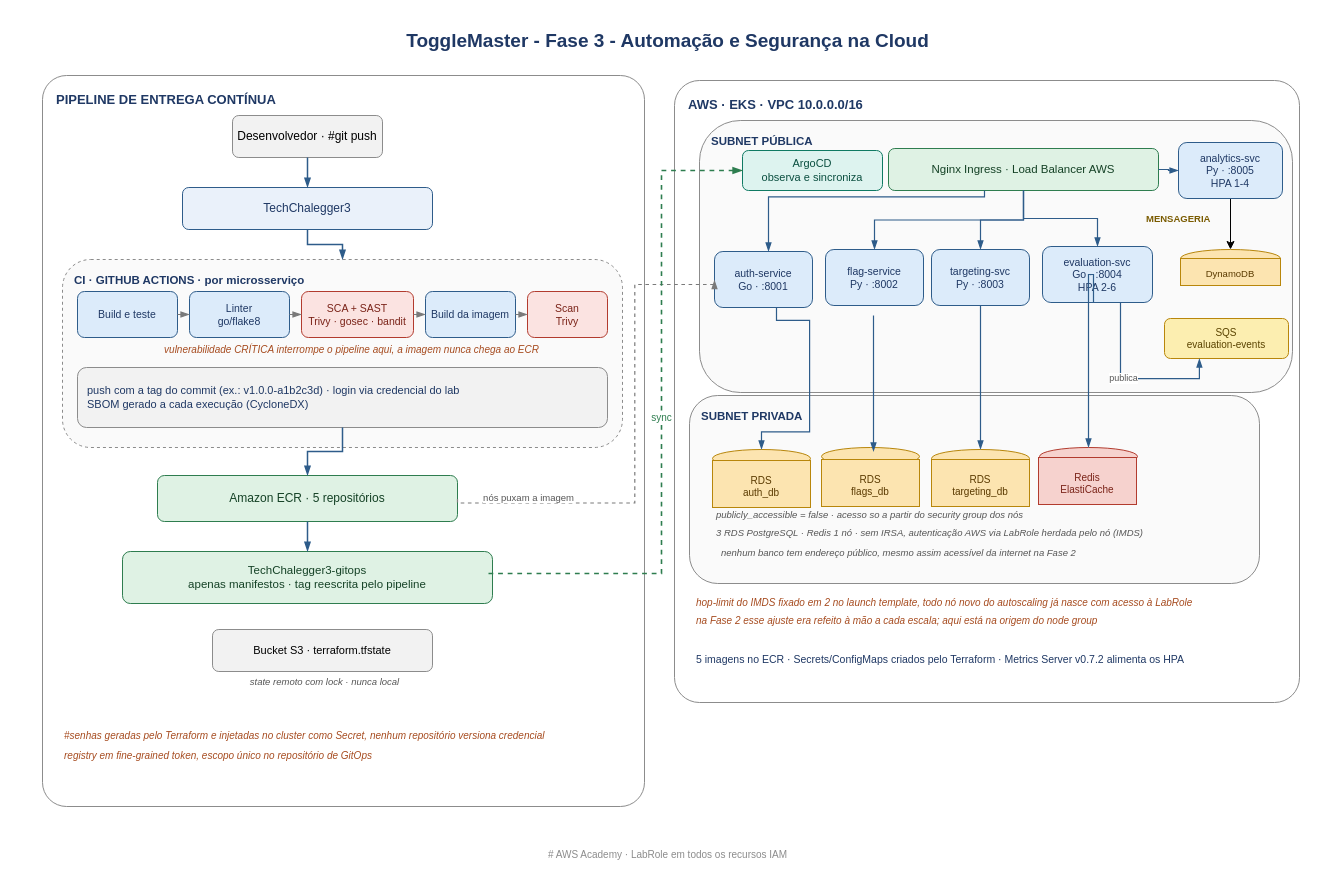
This is docs/arquitetura-fase3.drawio from JRRibeeiro/TechChalegger3, a draw.io file, before an edit. Source tidied: cells renumbered, new cells numbered last; positions are measured from the earlier drawing's top-left corner, leaving out a move shared by most shapes. Both pictures are drawn from the tidied source at 100%, with x=0, y=0 at pixel (42, 25).
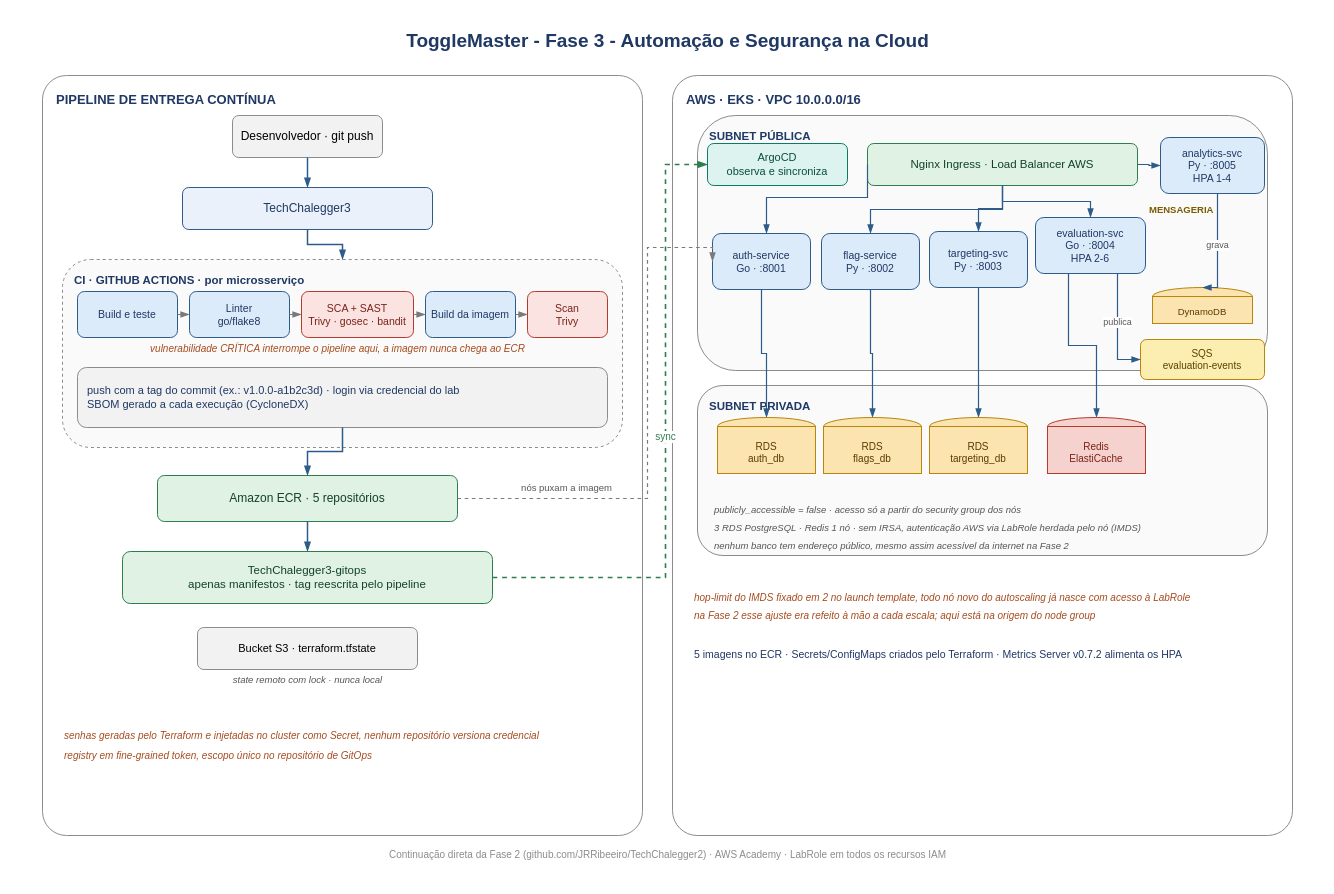
After the change.

Unchanged cells that the change refers to:
```xml
<mxCell id="14" value="Amazon ECR · 5 repositórios" style="rounded=1;whiteSpace=wrap;html=1;fillColor=#DFF2E4;strokeColor=#2E7D4F;fontColor=#154226;fontSize=12;" parent="1" vertex="1">
  <mxGeometry x="115" y="450" width="300" height="46" as="geometry" />
</mxCell>
<mxCell id="15" value="TechChalegger3-gitops&#10;apenas manifestos · tag reescrita pelo pipeline" style="rounded=1;whiteSpace=wrap;html=1;fillColor=#DFF2E4;strokeColor=#2E7D4F;fontColor=#154226;fontSize=11.5;" parent="1" vertex="1">
  <mxGeometry x="80" y="526" width="370" height="52" as="geometry" />
</mxCell>
```

Change to the diagram source:
```diff
@@
+    <mxCell id="70" style="rounded=0;whiteSpace=wrap;html=1;fillColor=#FFFFFF;strokeColor=none;" parent="1" vertex="1">
+      <mxGeometry x="-25" y="-8" width="1300" height="860" as="geometry" />
+    </mxCell>
@@
     <mxCell id="3" value="PIPELINE DE ENTREGA CONTÍNUA" style="rounded=1;arcSize=4;whiteSpace=wrap;html=1;verticalAlign=top;align=left;spacingLeft=12;spacingTop=10;fillColor=none;strokeColor=#8C8C8C;fontSize=13;fontStyle=1;fontColor=#1F3864;" parent="1" vertex="1">
-      <mxGeometry y="50" width="602" height="731" as="geometry" />
+      <mxGeometry y="50" width="600" height="760" as="geometry" />
     </mxCell>
-    <mxCell id="4" value="Desenvolvedor · #git push" style="rounded=1;whiteSpace=wrap;html=1;fillColor=#F2F2F2;strokeColor=#8C8C8C;fontSize=12;" parent="1" vertex="1">
+    <mxCell id="4" value="Desenvolvedor · git push" style="rounded=1;whiteSpace=wrap;html=1;fillColor=#F2F2F2;strokeColor=#8C8C8C;fontSize=12;" parent="1" vertex="1">
       <mxGeometry x="190" y="90" width="150" height="42" as="geometry" />
     </mxCell>
@@
     <mxCell id="12" value="vulnerabilidade CRÍTICA interrompe o pipeline aqui, a imagem nunca chega ao ECR" style="text;html=1;align=center;verticalAlign=middle;fontSize=10;fontStyle=2;fontColor=#A64B1F;" parent="1" vertex="1">
-      <mxGeometry x="49" y="315" width="520" height="18" as="geometry" />
+      <mxGeometry x="35" y="314" width="520" height="18" as="geometry" />
     </mxCell>
@@
     <mxCell id="16" value="Bucket S3 · terraform.tfstate" style="rounded=1;whiteSpace=wrap;html=1;fillColor=#F2F2F2;strokeColor=#8C8C8C;fontSize=11;" parent="1" vertex="1">
-      <mxGeometry x="170" y="604" width="220" height="42" as="geometry" />
+      <mxGeometry x="155" y="602" width="220" height="42" as="geometry" />
     </mxCell>
     <mxCell id="17" value="state remoto com lock · nunca local" style="text;html=1;align=center;verticalAlign=middle;fontSize=9.5;fontStyle=2;fontColor=#555555;" parent="1" vertex="1">
-      <mxGeometry x="172" y="648" width="220" height="16" as="geometry" />
+      <mxGeometry x="155" y="646" width="220" height="16" as="geometry" />
     </mxCell>
-    <mxCell id="18" value="#senhas geradas pelo Terraform e injetadas no cluster como Secret, nenhum repositório versiona credencial" style="text;html=1;align=left;verticalAlign=middle;fontSize=10;fontStyle=2;fontColor=#A64B1F;" parent="1" vertex="1">
+    <mxCell id="18" value="senhas geradas pelo Terraform e injetadas no cluster como Secret, nenhum repositório versiona credencial" style="text;html=1;align=left;verticalAlign=middle;fontSize=10;fontStyle=2;fontColor=#A64B1F;" parent="1" vertex="1">
       <mxGeometry x="20" y="702" width="570" height="16" as="geometry" />
     </mxCell>
@@
     <mxCell id="20" value="AWS · EKS · VPC 10.0.0.0/16" style="rounded=1;arcSize=4;whiteSpace=wrap;html=1;verticalAlign=top;align=left;spacingLeft=12;spacingTop=10;fillColor=none;strokeColor=#8C8C8C;fontSize=13;fontStyle=1;fontColor=#1F3864;" parent="1" vertex="1">
-      <mxGeometry x="632" y="55" width="625" height="622" as="geometry" />
+      <mxGeometry x="630" y="50" width="620" height="760" as="geometry" />
     </mxCell>
     <mxCell id="21" value="SUBNET PÚBLICA" style="rounded=1;whiteSpace=wrap;html=1;verticalAlign=top;align=left;spacingLeft=10;spacingTop=8;fillColor=#FAFAFA;strokeColor=#8C8C8C;fontSize=11.5;fontStyle=1;fontColor=#1F3864;" parent="1" vertex="1">
-      <mxGeometry x="657" y="95" width="593" height="272" as="geometry" />
+      <mxGeometry x="655" y="90" width="570" height="255" as="geometry" />
     </mxCell>
     <mxCell id="22" value="ArgoCD&#10;observa e sincroniza" style="rounded=1;whiteSpace=wrap;html=1;fillColor=#DDF3EF;strokeColor=#0F7A63;fontColor=#0B4F40;fontSize=11;" parent="1" vertex="1">
-      <mxGeometry x="700" y="125" width="140" height="40" as="geometry" />
+      <mxGeometry x="665" y="118" width="140" height="42" as="geometry" />
     </mxCell>
     <mxCell id="23" value="Nginx Ingress · Load Balancer AWS" style="rounded=1;whiteSpace=wrap;html=1;fillColor=#DFF2E4;strokeColor=#2E7D4F;fontColor=#154226;fontSize=11.5;" parent="1" vertex="1">
-      <mxGeometry x="846" y="123" width="270" height="42" as="geometry" />
+      <mxGeometry x="825" y="118" width="270" height="42" as="geometry" />
     </mxCell>
     <mxCell id="24" value="auth-service&#10;Go · :8001" style="rounded=1;whiteSpace=wrap;html=1;fillColor=#DCEBFA;strokeColor=#2E5C8A;fontColor=#1F3864;fontSize=10.5;" parent="1" vertex="1">
-      <mxGeometry x="672" y="226" width="98" height="56" as="geometry" />
+      <mxGeometry x="670" y="208" width="98" height="56" as="geometry" />
     </mxCell>
     <mxCell id="25" value="flag-service&#10;Py · :8002" style="rounded=1;whiteSpace=wrap;html=1;fillColor=#DCEBFA;strokeColor=#2E5C8A;fontColor=#1F3864;fontSize=10.5;" parent="1" vertex="1">
-      <mxGeometry x="783" y="224" width="98" height="56" as="geometry" />
+      <mxGeometry x="779" y="208" width="98" height="56" as="geometry" />
     </mxCell>
     <mxCell id="26" value="targeting-svc&#10;Py · :8003" style="rounded=1;whiteSpace=wrap;html=1;fillColor=#DCEBFA;strokeColor=#2E5C8A;fontColor=#1F3864;fontSize=10.5;" parent="1" vertex="1">
-      <mxGeometry x="889" y="224" width="98" height="56" as="geometry" />
+      <mxGeometry x="887" y="206" width="98" height="56" as="geometry" />
     </mxCell>
     <mxCell id="27" value="evaluation-svc&#10;Go · :8004&#10;HPA 2-6" style="rounded=1;whiteSpace=wrap;html=1;fillColor=#DCEBFA;strokeColor=#2E5C8A;fontColor=#1F3864;fontSize=10.5;" parent="1" vertex="1">
-      <mxGeometry x="1000" y="221" width="110" height="56" as="geometry" />
+      <mxGeometry x="993" y="192" width="110" height="56" as="geometry" />
     </mxCell>
-    <mxCell id="28" style="edgeStyle=orthogonalEdgeStyle;rounded=0;jettySize=auto;html=1;exitX=0.5;exitY=1;exitDx=0;exitDy=0;entryX=0.5;entryY=0;entryDx=0;entryDy=0;" parent="1" edge="1" source="29" target="31">
-      <mxGeometry relative="1" as="geometry" />
-    </mxCell>
     <mxCell id="29" value="analytics-svc&#10;Py · :8005&#10;HPA 1-4" style="rounded=1;whiteSpace=wrap;html=1;fillColor=#DCEBFA;strokeColor=#2E5C8A;fontColor=#1F3864;fontSize=10.5;" parent="1" vertex="1">
-      <mxGeometry x="1136" y="117" width="104" height="56" as="geometry" />
+      <mxGeometry x="1118" y="112" width="104" height="56" as="geometry" />
     </mxCell>
     <mxCell id="30" value="MENSAGERIA" style="text;html=1;align=left;verticalAlign=middle;fontSize=9.5;fontStyle=1;fontColor=#7A5B00;" parent="1" vertex="1">
-      <mxGeometry x="1102" y="185" width="110" height="16" as="geometry" />
+      <mxGeometry x="1105" y="176" width="110" height="16" as="geometry" />
     </mxCell>
     <mxCell id="31" style="ellipse;whiteSpace=wrap;html=1;fillColor=#FCE4B0;strokeColor=#B8860B;" parent="1" vertex="1">
-      <mxGeometry x="1138" y="224" width="100" height="18" as="geometry" />
+      <mxGeometry x="1110" y="262" width="100" height="18" as="geometry" />
     </mxCell>
     <mxCell id="32" value="DynamoDB" style="rounded=0;whiteSpace=wrap;html=1;fillColor=#FCE4B0;strokeColor=#B8860B;fontColor=#5A3A00;fontSize=9.5;verticalAlign=bottom;spacingBottom=4;" parent="1" vertex="1">
-      <mxGeometry x="1138" y="233" width="100" height="27" as="geometry" />
+      <mxGeometry x="1110" y="271" width="100" height="27" as="geometry" />
     </mxCell>
     <mxCell id="33" value="SQS&#10;evaluation-events" style="rounded=1;whiteSpace=wrap;html=1;fillColor=#FCEEB0;strokeColor=#B8860B;fontColor=#5A4300;fontSize=10;" parent="1" vertex="1">
-      <mxGeometry x="1122" y="293" width="124" height="40" as="geometry" />
+      <mxGeometry x="1098" y="314" width="124" height="40" as="geometry" />
     </mxCell>
     <mxCell id="34" value="SUBNET PRIVADA" style="rounded=1;whiteSpace=wrap;html=1;verticalAlign=top;align=left;spacingLeft=10;spacingTop=8;fillColor=#FAFAFA;strokeColor=#8C8C8C;fontSize=11.5;fontStyle=1;fontColor=#1F3864;" parent="1" vertex="1">
-      <mxGeometry x="647" y="370" width="570" height="188" as="geometry" />
+      <mxGeometry x="655" y="360" width="570" height="170" as="geometry" />
     </mxCell>
     <mxCell id="35" style="ellipse;whiteSpace=wrap;html=1;fillColor=#FCE4B0;strokeColor=#B8860B;" parent="1" vertex="1">
-      <mxGeometry x="670" y="424" width="98" height="18" as="geometry" />
+      <mxGeometry x="675" y="392" width="98" height="18" as="geometry" />
     </mxCell>
     <mxCell id="36" value="RDS&#10;auth_db" style="rounded=0;whiteSpace=wrap;html=1;fillColor=#FCE4B0;strokeColor=#B8860B;fontColor=#5A3A00;fontSize=10;verticalAlign=bottom;spacingBottom=6;" parent="1" vertex="1">
-      <mxGeometry x="670" y="435" width="98" height="47" as="geometry" />
+      <mxGeometry x="675" y="401" width="98" height="47" as="geometry" />
     </mxCell>
     <mxCell id="37" style="ellipse;whiteSpace=wrap;html=1;fillColor=#FCE4B0;strokeColor=#B8860B;" parent="1" vertex="1">
-      <mxGeometry x="779" y="422" width="98" height="18" as="geometry" />
+      <mxGeometry x="781" y="392" width="98" height="18" as="geometry" />
     </mxCell>
+    <mxCell id="65" value="RDS&#10;flags_db" style="rounded=0;whiteSpace=wrap;html=1;fillColor=#FCE4B0;strokeColor=#B8860B;fontColor=#5A3A00;fontSize=10;verticalAlign=bottom;spacingBottom=6;" parent="1" vertex="1">
+      <mxGeometry x="781" y="401" width="98" height="47" as="geometry" />
+    </mxCell>
     <mxCell id="38" style="ellipse;whiteSpace=wrap;html=1;fillColor=#FCE4B0;strokeColor=#B8860B;" parent="1" vertex="1">
-      <mxGeometry x="889" y="424" width="98" height="18" as="geometry" />
+      <mxGeometry x="887" y="392" width="98" height="18" as="geometry" />
     </mxCell>
     <mxCell id="39" value="RDS&#10;targeting_db" style="rounded=0;whiteSpace=wrap;html=1;fillColor=#FCE4B0;strokeColor=#B8860B;fontColor=#5A3A00;fontSize=10;verticalAlign=bottom;spacingBottom=6;" parent="1" vertex="1">
-      <mxGeometry x="889" y="434" width="98" height="47" as="geometry" />
+      <mxGeometry x="887" y="401" width="98" height="47" as="geometry" />
     </mxCell>
+    <mxCell id="71" style="ellipse;whiteSpace=wrap;html=1;fillColor=#F6D2CE;strokeColor=#B23B2E;" parent="1" vertex="1">
+      <mxGeometry x="1005" y="392" width="98" height="18" as="geometry" />
+    </mxCell>
+    <mxCell id="67" value="Redis&#10;ElastiCache" style="rounded=0;whiteSpace=wrap;html=1;fillColor=#F6D2CE;strokeColor=#B23B2E;fontColor=#7A2318;fontSize=10;verticalAlign=bottom;spacingBottom=6;" parent="1" vertex="1">
+      <mxGeometry x="1005" y="401" width="98" height="47" as="geometry" />
+    </mxCell>
-    <mxCell id="40" value="publicly_accessible = false · acesso so a partir do security group dos nós" style="text;html=1;align=left;verticalAlign=middle;fontSize=9.5;fontStyle=2;fontColor=#555555;" parent="1" vertex="1">
-      <mxGeometry x="672" y="481" width="540" height="16" as="geometry" />
+    <mxCell id="40" value="publicly_accessible = false · acesso só a partir do security group dos nós" style="text;html=1;align=left;verticalAlign=middle;fontSize=9.5;fontStyle=2;fontColor=#555555;" parent="1" vertex="1">
+      <mxGeometry x="670" y="476" width="540" height="16" as="geometry" />
     </mxCell>
     <mxCell id="41" value="3 RDS PostgreSQL · Redis 1 nó · sem IRSA, autenticação AWS via LabRole herdada pelo nó (IMDS)" style="text;html=1;align=left;verticalAlign=middle;fontSize=9.5;fontStyle=2;fontColor=#555555;" parent="1" vertex="1">
-      <mxGeometry x="672" y="499" width="540" height="16" as="geometry" />
+      <mxGeometry x="670" y="494" width="540" height="16" as="geometry" />
     </mxCell>
     <mxCell id="42" value="nenhum banco tem endereço público, mesmo assim acessível da internet na Fase 2" style="text;html=1;align=left;verticalAlign=middle;fontSize=9.5;fontStyle=2;fontColor=#555555;" parent="1" vertex="1">
-      <mxGeometry x="677" y="519" width="540" height="16" as="geometry" />
+      <mxGeometry x="670" y="512" width="540" height="16" as="geometry" />
     </mxCell>
     <mxCell id="43" value="hop-limit do IMDS fixado em 2 no launch template, todo nó novo do autoscaling já nasce com acesso à LabRole" style="text;html=1;align=left;verticalAlign=middle;fontSize=10;fontStyle=2;fontColor=#A64B1F;" parent="1" vertex="1">
-      <mxGeometry x="652" y="569" width="580" height="16" as="geometry" />
+      <mxGeometry x="650" y="564" width="580" height="16" as="geometry" />
     </mxCell>
     <mxCell id="44" value="na Fase 2 esse ajuste era refeito à mão a cada escala; aqui está na origem do node group" style="text;html=1;align=left;verticalAlign=middle;fontSize=10;fontStyle=2;fontColor=#A64B1F;" parent="1" vertex="1">
-      <mxGeometry x="652" y="587" width="580" height="16" as="geometry" />
+      <mxGeometry x="650" y="582" width="580" height="16" as="geometry" />
     </mxCell>
     <mxCell id="45" value="5 imagens no ECR · Secrets/ConfigMaps criados pelo Terraform · Metrics Server v0.7.2 alimenta os HPA" style="text;html=1;align=left;verticalAlign=middle;fontSize=10.5;fontColor=#1F3864;" parent="1" vertex="1">
-      <mxGeometry x="652" y="625" width="580" height="18" as="geometry" />
+      <mxGeometry x="650" y="620" width="580" height="18" as="geometry" />
     </mxCell>
-    <mxCell id="46" value="# AWS Academy · LabRole em todos os recursos IAM" style="text;html=1;align=center;verticalAlign=middle;fontSize=10;fontColor=#8C8C8C;" parent="1" vertex="1">
+    <mxCell id="46" value="Continuação direta da Fase 2 (github.com/JRRibeeiro/TechChalegger2) · AWS Academy · LabRole em todos os recursos IAM" style="text;html=1;align=center;verticalAlign=middle;fontSize=10;fontColor=#8C8C8C;" parent="1" vertex="1">
       <mxGeometry y="820" width="1250" height="18" as="geometry" />
     </mxCell>
@@
-    <mxCell id="55" value="nós puxam a imagem" style="edgeStyle=orthogonalEdgeStyle;rounded=0;html=1;strokeColor=#7A7A7A;strokeWidth=1.2;dashed=1;endArrow=blockThin;endFill=1;fontSize=9.5;fontColor=#555555;exitX=1;exitY=0.5;exitDx=0;exitDy=0;entryX=0;entryY=0.5;entryDx=0;entryDy=0;" parent="1" edge="1">
-      <mxGeometry x="-0.69" y="6" relative="1" as="geometry">
-        <mxPoint x="415" y="473.5" as="sourcePoint" />
-        <mxPoint x="672" y="254.5" as="targetPoint" />
+    <mxCell id="55" value="nós puxam a imagem" style="edgeStyle=orthogonalEdgeStyle;rounded=0;html=1;strokeColor=#7A7A7A;strokeWidth=1.2;dashed=1;endArrow=blockThin;endFill=1;fontSize=9.5;fontColor=#555555;exitX=1;exitY=0.5;exitDx=0;exitDy=0;entryX=0;entryY=0.5;entryDx=0;entryDy=0;" parent="1" edge="1" source="14" target="24">
+      <mxGeometry x="-0.58" y="11" relative="1" as="geometry">
         <Array as="points">
-          <mxPoint x="415" y="477.5" />
-          <mxPoint x="592.3" y="477.5" />
-          <mxPoint x="592.3" y="259" />
-          <mxPoint x="672" y="259" />
+          <mxPoint x="605" y="473" />
+          <mxPoint x="605" y="222" />
+          <mxPoint x="670" y="222" />
         </Array>
       </mxGeometry>
     </mxCell>
-    <mxCell id="56" value="sync" style="edgeStyle=orthogonalEdgeStyle;rounded=0;html=1;strokeColor=#2E7D4F;strokeWidth=1.6;dashed=1;endArrow=blockThin;endFill=1;fontSize=10;fontColor=#2E7D4F;exitX=1;exitY=0.5;exitDx=0;exitDy=0;entryX=0;entryY=0.5;entryDx=0;entryDy=0;" parent="1" edge="1" target="22">
+    <mxCell id="56" value="sync" style="edgeStyle=orthogonalEdgeStyle;rounded=0;html=1;strokeColor=#2E7D4F;strokeWidth=1.6;dashed=1;endArrow=blockThin;endFill=1;fontSize=10;fontColor=#2E7D4F;exitX=1;exitY=0.5;exitDx=0;exitDy=0;entryX=0;entryY=0.5;entryDx=0;entryDy=0;" parent="1" edge="1" source="15" target="22">
       <mxGeometry relative="1" as="geometry">
-        <mxPoint x="446" y="548" as="sourcePoint" />
         <Array as="points">
-          <mxPoint x="619" y="548" />
-          <mxPoint x="619" y="145" />
+          <mxPoint x="623" y="552" />
+          <mxPoint x="623" y="139" />
         </Array>
       </mxGeometry>
     </mxCell>
-    <mxCell id="57" style="edgeStyle=orthogonalEdgeStyle;rounded=0;html=1;strokeColor=#2E5C8A;strokeWidth=1.2;endArrow=blockThin;endFill=1;" parent="1" edge="1" source="23" target="24">
+    <mxCell id="57" style="edgeStyle=orthogonalEdgeStyle;rounded=0;html=1;strokeColor=#2E5C8A;strokeWidth=1.2;endArrow=blockThin;endFill=1;exitX=0;exitY=0.5;exitDx=0;exitDy=0;" parent="1" edge="1" source="23">
       <mxGeometry relative="1" as="geometry">
+        <mxPoint x="724" y="208" as="targetPoint" />
         <Array as="points">
-          <mxPoint x="942" y="171.4" />
-          <mxPoint x="726" y="171.4" />
+          <mxPoint x="825" y="172" />
+          <mxPoint x="724" y="172" />
         </Array>
       </mxGeometry>
     </mxCell>
@@
     <mxCell id="62" style="edgeStyle=orthogonalEdgeStyle;rounded=0;html=1;strokeColor=#2E5C8A;strokeWidth=1.2;endArrow=blockThin;endFill=1;exitX=0.5;exitY=1;exitDx=0;exitDy=0;entryX=0.5;entryY=0;entryDx=0;entryDy=0;" parent="1" edge="1" source="24" target="35">
-      <mxGeometry relative="1" as="geometry">
-        <Array as="points">
-          <mxPoint x="734" y="294.9" />
-          <mxPoint x="767.1" y="294.9" />
-          <mxPoint x="767.1" y="406.3" />
-          <mxPoint x="719" y="406.3" />
-        </Array>
-      </mxGeometry>
+      <mxGeometry relative="1" as="geometry" />
     </mxCell>
+    <mxCell id="72" style="edgeStyle=orthogonalEdgeStyle;rounded=0;html=1;strokeColor=#2E5C8A;strokeWidth=1.2;endArrow=blockThin;endFill=1;exitX=0.5;exitY=1;exitDx=0;exitDy=0;entryX=0.5;entryY=0;entryDx=0;entryDy=0;" parent="1" edge="1" source="25" target="37">
+      <mxGeometry relative="1" as="geometry" />
+    </mxCell>
     <mxCell id="63" style="edgeStyle=orthogonalEdgeStyle;rounded=0;html=1;strokeColor=#2E5C8A;strokeWidth=1.2;endArrow=blockThin;endFill=1;exitX=0.5;exitY=1;exitDx=0;exitDy=0;entryX=0.5;entryY=0;entryDx=0;entryDy=0;" parent="1" edge="1" source="26" target="38">
-      <mxGeometry relative="1" as="geometry">
-        <Array as="points">
-          <mxPoint x="938" y="304" />
-        </Array>
-      </mxGeometry>
+      <mxGeometry relative="1" as="geometry" />
     </mxCell>
+    <mxCell id="73" style="edgeStyle=orthogonalEdgeStyle;rounded=0;html=1;strokeColor=#2E5C8A;strokeWidth=1.2;endArrow=blockThin;endFill=1;exitX=0.3;exitY=1;exitDx=0;exitDy=0;entryX=0.5;entryY=0;entryDx=0;entryDy=0;" parent="1" edge="1" source="27" target="71">
+      <mxGeometry relative="1" as="geometry" />
+    </mxCell>
-    <mxCell id="64" value="publica" style="edgeStyle=orthogonalEdgeStyle;rounded=0;html=1;strokeColor=#2E5C8A;strokeWidth=1.2;endArrow=blockThin;endFill=1;fontSize=9;fontColor=#555555;exitX=0.85;exitY=1;exitDx=0;exitDy=0;" parent="1" edge="1" source="27" target="33">
+    <mxCell id="64" value="publica" style="edgeStyle=orthogonalEdgeStyle;rounded=0;html=1;strokeColor=#2E5C8A;strokeWidth=1.2;endArrow=blockThin;endFill=1;fontSize=9;fontColor=#555555;exitX=0.85;exitY=1;exitDx=0;exitDy=0;entryX=0;entryY=0.5;entryDx=0;entryDy=0;" parent="1" edge="1" source="27" target="33">
       <mxGeometry relative="1" as="geometry">
         <Array as="points">
-          <mxPoint x="1078" y="277" />
-          <mxPoint x="1078" y="353.1" />
-          <mxPoint x="1156.9" y="353.1" />
+          <mxPoint x="1075" y="248" />
+          <mxPoint x="1075" y="334" />
         </Array>
       </mxGeometry>
     </mxCell>
-    <mxCell id="65" value="RDS&#10;flags_db" style="rounded=0;whiteSpace=wrap;html=1;fillColor=#FCE4B0;strokeColor=#B8860B;fontColor=#5A3A00;fontSize=10;verticalAlign=bottom;spacingBottom=6;" parent="1" vertex="1">
-      <mxGeometry x="779" y="434" width="98" height="47" as="geometry" />
-    </mxCell>
-    <mxCell id="66" style="ellipse;whiteSpace=wrap;html=1;fillColor=#F6D2CE;strokeColor=#B23B2E;" parent="1" vertex="1">
-      <mxGeometry x="997" y="422" width="98" height="18" as="geometry" />
-    </mxCell>
-    <mxCell id="67" value="Redis&#10;ElastiCache" style="rounded=0;whiteSpace=wrap;html=1;fillColor=#F6D2CE;strokeColor=#B23B2E;fontColor=#7A2318;fontSize=10;verticalAlign=bottom;spacingBottom=6;" parent="1" vertex="1">
-      <mxGeometry x="996" y="432" width="98" height="47" as="geometry" />
-    </mxCell>
-    <mxCell id="68" style="edgeStyle=orthogonalEdgeStyle;rounded=0;html=1;strokeColor=#2E5C8A;strokeWidth=1.2;endArrow=blockThin;endFill=1;exitX=0.5;exitY=1;exitDx=0;exitDy=0;entryX=0.5;entryY=0;entryDx=0;entryDy=0;" parent="1" edge="1">
-      <mxGeometry relative="1" as="geometry">
-        <mxPoint x="831" y="290" as="sourcePoint" />
-        <mxPoint x="831" y="426" as="targetPoint" />
-        <Array as="points">
-          <mxPoint x="831" y="306" />
-        </Array>
-      </mxGeometry>
-    </mxCell>
-    <mxCell id="69" style="edgeStyle=orthogonalEdgeStyle;rounded=0;html=1;strokeColor=#2E5C8A;strokeWidth=1.2;endArrow=blockThin;endFill=1;entryX=0.5;entryY=0;entryDx=0;entryDy=0;exitX=0.5;exitY=1;exitDx=0;exitDy=0;" parent="1" edge="1" source="27" target="66">
-      <mxGeometry relative="1" as="geometry">
-        <Array as="points">
-          <mxPoint x="1051" y="249" />
-          <mxPoint x="1046" y="249" />
-        </Array>
-      </mxGeometry>
-    </mxCell>
+    <mxCell id="28" value="grava" style="edgeStyle=orthogonalEdgeStyle;rounded=0;html=1;strokeColor=#2E5C8A;strokeWidth=1.2;endArrow=blockThin;endFill=1;fontSize=9;fontColor=#555555;exitX=0.5;exitY=1;exitDx=0;exitDy=0;entryX=0.5;entryY=0;entryDx=0;entryDy=0;" parent="1" edge="1" source="29" target="31">
+      <mxGeometry relative="1" as="geometry">
+        <Array as="points">
+          <mxPoint x="1175" y="168" />
+          <mxPoint x="1175" y="262" />
+        </Array>
+      </mxGeometry>
+    </mxCell>
```
